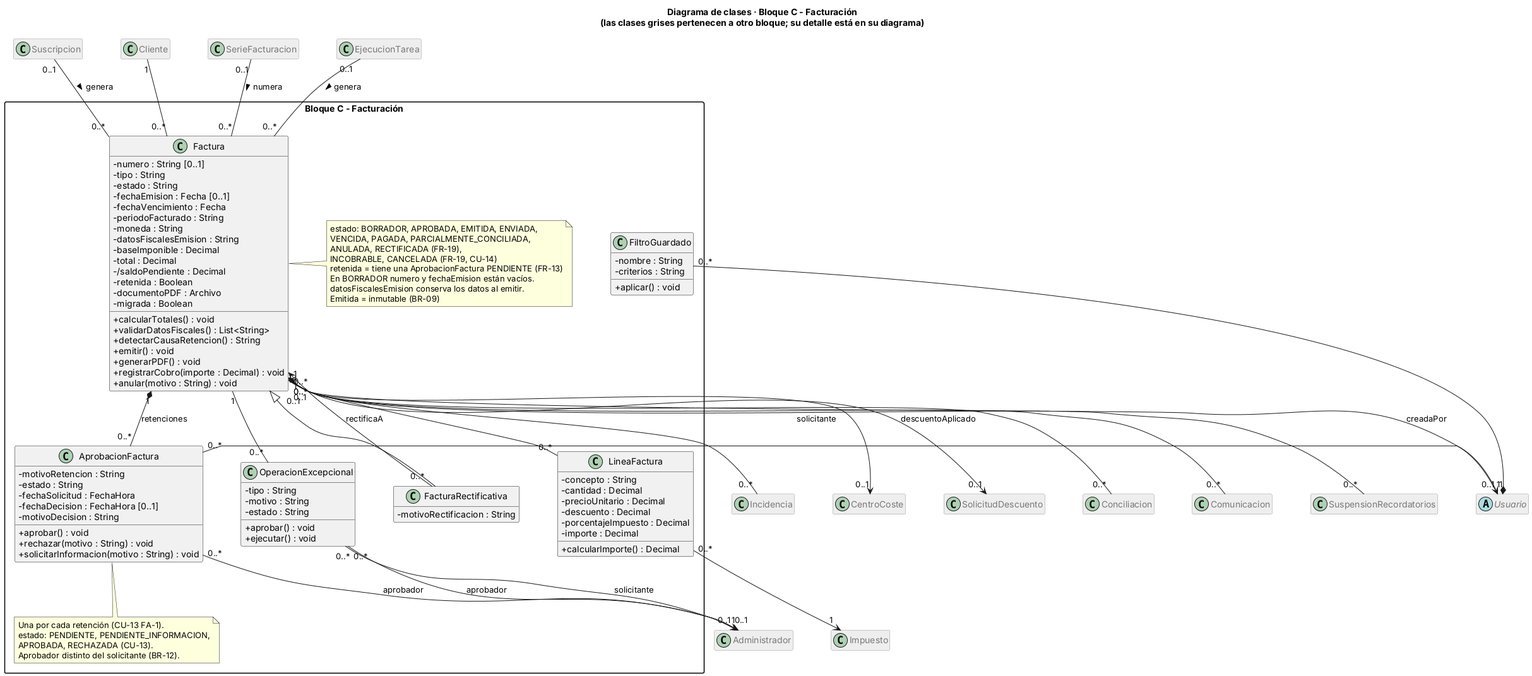
Earlier version of the PlantUML export BORRADORES/Borradores_Diagrama_De_Clases/PROPUESTA_PABLO_FERNANDEZ_CARABANTES/POSIBLE PUESTA EN COMUN/diagrama_clases_bloque_C.png (suqihao-star/JIRAFAS).
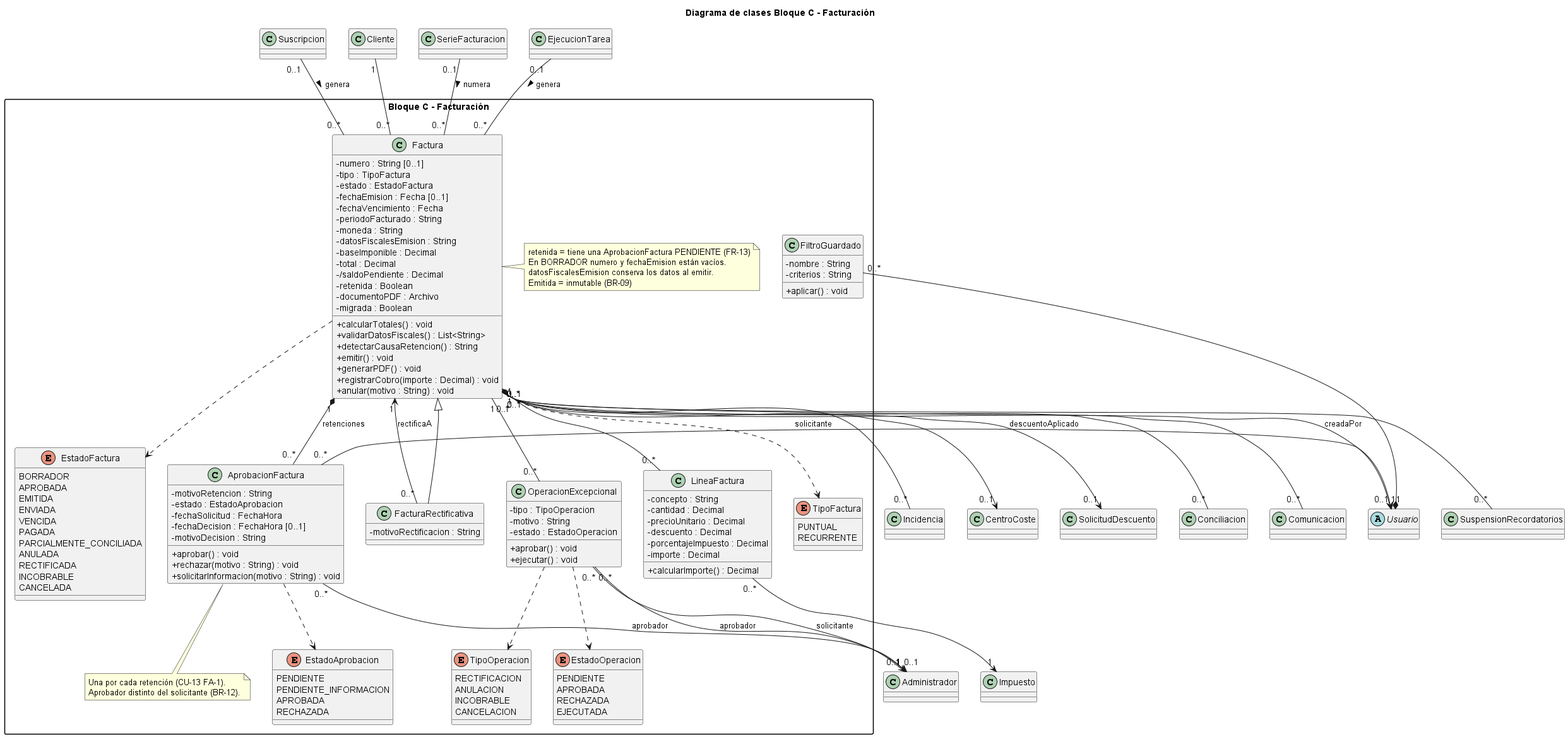
Later version of the same file.

Commit message:
Imagenes diagramas de clases por bloques con ENUM

What changed in the source:
```diff
@@ -1,24 +1,12 @@
-@startuml clases_bloque_C
+@startuml diagrama_clases_bloque_C
+title Diagrama de clases Bloque C - Facturación
 skinparam classAttributeIconSize 0
 skinparam packageStyle rectangle
-skinparam nodesep 60
-skinparam ranksep 70
-hide empty members
-title Diagrama de clases · Bloque C - Facturación\n(las clases grises pertenecen a otro bloque; su detalle está en su diagrama)
-skinparam class {
-  BackgroundColor<<otroBloque>> #EEEEEE
-  BorderColor<<otroBloque>> #999999
-  FontColor<<otroBloque>> #777777
-}
-hide <<otroBloque>> stereotype
-hide <<otroBloque>> members
-
 package "Bloque C - Facturación" {
-
   class Factura {
     - numero : String [0..1]
-    - tipo : String
-    - estado : String
+    - tipo : TipoFactura
+    - estado : EstadoFactura
     - fechaEmision : Fecha [0..1]
     - fechaVencimiento : Fecha
     - periodoFacturado : String
@@ -39,10 +27,6 @@
     + anular(motivo : String) : void
   }
   note right of Factura
-    estado: BORRADOR, APROBADA, EMITIDA, ENVIADA,
-    VENCIDA, PAGADA, PARCIALMENTE_CONCILIADA,
-    ANULADA, RECTIFICADA (FR-19),
-    INCOBRABLE, CANCELADA (FR-19, CU-14)
     retenida = tiene una AprobacionFactura PENDIENTE (FR-13)
     En BORRADOR numero y fechaEmision están vacíos.
     datosFiscalesEmision conserva los datos al emitir.
@@ -51,7 +35,7 @@
 
   class AprobacionFactura {
     - motivoRetencion : String
-    - estado : String
+    - estado : EstadoAprobacion
     - fechaSolicitud : FechaHora
     - fechaDecision : FechaHora [0..1]
     - motivoDecision : String
@@ -61,8 +45,6 @@
   }
   note bottom of AprobacionFactura
     Una por cada retención (CU-13 FA-1).
-    estado: PENDIENTE, PENDIENTE_INFORMACION,
-    APROBADA, RECHAZADA (CU-13).
     Aprobador distinto del solicitante (BR-12).
   end note
 
@@ -87,27 +69,63 @@
   }
 
   class OperacionExcepcional {
-    - tipo : String
+    - tipo : TipoOperacion
     - motivo : String
-    - estado : String
+    - estado : EstadoOperacion
     + aprobar() : void
     + ejecutar() : void
   }
+
+  enum TipoFactura {
+    PUNTUAL
+    RECURRENTE
+  }
+  enum EstadoFactura {
+    BORRADOR
+    APROBADA
+    EMITIDA
+    ENVIADA
+    VENCIDA
+    PAGADA
+    PARCIALMENTE_CONCILIADA
+    ANULADA
+    RECTIFICADA
+    INCOBRABLE
+    CANCELADA
+  }
+  enum EstadoAprobacion {
+    PENDIENTE
+    PENDIENTE_INFORMACION
+    APROBADA
+    RECHAZADA
+  }
+  enum TipoOperacion {
+    RECTIFICACION
+    ANULACION
+    INCOBRABLE
+    CANCELACION
+  }
+  enum EstadoOperacion {
+    PENDIENTE
+    APROBADA
+    RECHAZADA
+    EJECUTADA
+  }
 }
 
-class Suscripcion <<otroBloque>>
-class Cliente <<otroBloque>>
-class Impuesto <<otroBloque>>
-class SerieFacturacion <<otroBloque>>
-abstract class Usuario <<otroBloque>>
-class Administrador <<otroBloque>>
-class SolicitudDescuento <<otroBloque>>
-class Conciliacion <<otroBloque>>
-class Comunicacion <<otroBloque>>
-class SuspensionRecordatorios <<otroBloque>>
-class Incidencia <<otroBloque>>
-class CentroCoste <<otroBloque>>
-class EjecucionTarea <<otroBloque>>
+class Suscripcion
+class Cliente
+class Impuesto
+class SerieFacturacion
+abstract class Usuario
+class Administrador
+class SolicitudDescuento
+class Conciliacion
+class Comunicacion
+class SuspensionRecordatorios
+class Incidencia
+class CentroCoste
+class EjecucionTarea
 
 Factura <|-- FacturaRectificativa
 Suscripcion "0..1" -- "0..*" Factura : genera >
@@ -131,4 +149,9 @@
 Factura "0..1" -- "0..*" Incidencia
 Factura "0..*" --> "0..1" CentroCoste
 EjecucionTarea "0..1" -- "0..*" Factura : genera >
+Factura ..> TipoFactura
+Factura ..> EstadoFactura
+AprobacionFactura ..> EstadoAprobacion
+OperacionExcepcional ..> TipoOperacion
+OperacionExcepcional ..> EstadoOperacion
 @enduml
```
